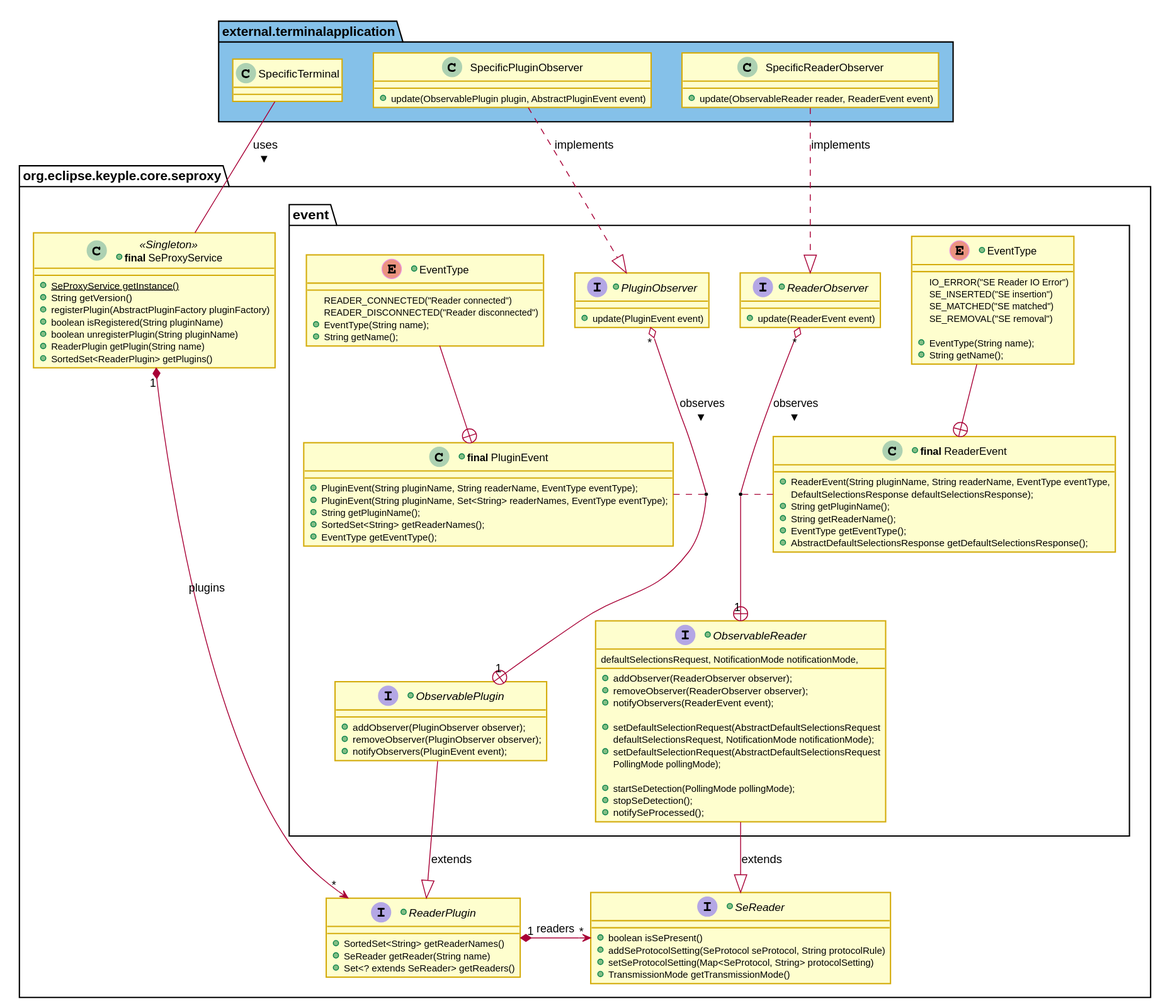
This is docs/KeypleCoreApi/ApplicationApi/img/KeypleCore_ApplicationApi_ClassDiag_SE_Proxy_ObservablePluginAndReaderEvents_0_8_0_p1.svg from calypsonet/keyple, a PlantUML export, as it was before one commit. The source it was exported from:
```plantuml
@startuml
skinparam ClassBorderColor #D4AC0D
skinparam stereotypeABorderColor #A9DCDF
skinparam stereotypeIBorderColor #B4A7E5
skinparam stereotypeCBorderColor #ADD1B2
skinparam stereotypeEBorderColor #EB93DF
skinparam shadowing false

skinparam ClassBackgroundColor<<red>> #FDEDEC
skinparam ClassBorderColor<<red>> #E74C3C
hide <<red>> stereotype
skinparam ClassBackgroundColor<<purple>> #F4ECF7
skinparam ClassBorderColor<<purple>> #8E44AD
hide <<purple>> stereotype
skinparam ClassBackgroundColor<<blue>> #EBF5FB
skinparam ClassBorderColor<<blue>> #3498DB
hide <<blue>> stereotype
skinparam ClassBackgroundColor<<green>> #EAFAF1
skinparam ClassBorderColor<<green>> #2ECC71
hide <<green>> stereotype
skinparam ClassBackgroundColor<<grey>> #EAECEE
skinparam ClassBorderColor<<grey>> #2C3E50
hide <<grey>> stereotype

package external.terminalapplication #85C1E9 {
  class SpecificTerminal

  class SpecificPluginObserver {
    +update(ObservablePlugin plugin, AbstractPluginEvent event)
  }
  class SpecificReaderObserver {
    +update(ObservableReader reader, ReaderEvent event)
  }

  SpecificTerminal -right[hidden]--> SpecificPluginObserver
  SpecificPluginObserver -right[hidden]--> SpecificReaderObserver
}

package org.eclipse.keyple.core.seproxy #FFFFFF {

+class "<b>final</b> SeProxyService" as SeProxyService << Singleton >> {
  +{static}SeProxyService getInstance()
  +String getVersion()
  +registerPlugin(AbstractPluginFactory pluginFactory)
  +boolean isRegistered(String pluginName)
  +boolean unregisterPlugin(String pluginName)
  +ReaderPlugin getPlugin(String name)
  +SortedSet<ReaderPlugin> getPlugins()
}

package event #FFFFFF {
+enum "EventType" as EventType_Plugin {
  READER_CONNECTED("Reader connected")
  READER_DISCONNECTED("Reader disconnected")
  +EventType(String name);
  +String getName();
}

+class "<b>final</b> PluginEvent" as PluginEvent {
  +PluginEvent(String pluginName, String readerName, EventType eventType);
  +PluginEvent(String pluginName, Set<String> readerNames, EventType eventType);
  +String getPluginName();
  +SortedSet<String> getReaderNames();
  +EventType getEventType();
}
  EventType_Plugin -up-+ PluginEvent

+interface PluginObserver {
  +update(PluginEvent event)
}
+interface ObservablePlugin {
  +addObserver(PluginObserver observer);
  +removeObserver(PluginObserver observer);
  +notifyObservers(PluginEvent event);
}


PluginObserver "1" +-down-o "*" ObservablePlugin : observes <
PluginEvent . (ObservablePlugin, PluginObserver)

+enum "EventType" as EventType_Reader {
  IO_ERROR("SE Reader IO Error")
  SE_INSERTED("SE insertion")
  SE_MATCHED("SE matched")
  SE_REMOVAL("SE removal")

  +EventType(String name);
  +String getName();
}

+class "<b>final</b> ReaderEvent" as ReaderEvent {
  +ReaderEvent(String pluginName, String readerName, EventType eventType,
    DefaultSelectionsResponse defaultSelectionsResponse);
  +String getPluginName();
  +String getReaderName();
  +EventType getEventType();
  +AbstractDefaultSelectionsResponse getDefaultSelectionsResponse();
}

EventType_Reader -up-+ ReaderEvent

+interface ReaderObserver {
  +update(ReaderEvent event)
}


+interface ObservableReader {
  +addObserver(ReaderObserver observer);
  +removeObserver(ReaderObserver observer);
  +notifyObservers(ReaderEvent event);

  +setDefaultSelectionRequest(AbstractDefaultSelectionsRequest
    defaultSelectionsRequest, NotificationMode notificationMode);
  +setDefaultSelectionRequest(AbstractDefaultSelectionsRequest
    defaultSelectionsRequest, NotificationMode notificationMode,
    PollingMode pollingMode);

  +startSeDetection(PollingMode pollingMode);
  +stopSeDetection();
  +notifySeProcessed();
}



ReaderObserver "1" +-down-o "*" ObservableReader : observes <
ReaderEvent . (ReaderObserver, ObservableReader)
}

+interface ReaderPlugin {
  +SortedSet<String> getReaderNames()
  +SeReader getReader(String name)
  +Set<? extends SeReader> getReaders()
}
+interface SeReader {
  +boolean isSePresent()
  +addSeProtocolSetting(SeProtocol seProtocol, String protocolRule)
  +setSeProtocolSetting(Map<SeProtocol, String> protocolSetting)
  +TransmissionMode getTransmissionMode()
}

SeProxyService "1" *--> "*" ReaderPlugin : plugins
ReaderPlugin "1" *-right-> "*" SeReader : readers

ObservablePlugin -down-|> ReaderPlugin : extends
ObservableReader --|> SeReader : extends
}

SpecificPluginObserver .down.|> PluginObserver : implements
SpecificReaderObserver .down.|> ReaderObserver : implements
SpecificTerminal -down- SeProxyService : uses >

SpecificTerminal -right[hidden]- SpecificPluginObserver

SeProxyService -right[hidden]--> EventType_Plugin
EventType_Plugin  -right[hidden]--> PluginObserver
PluginObserver -right[hidden]--> ReaderObserver
ReaderObserver  -right[hidden]--> EventType_Reader
@enduml
```
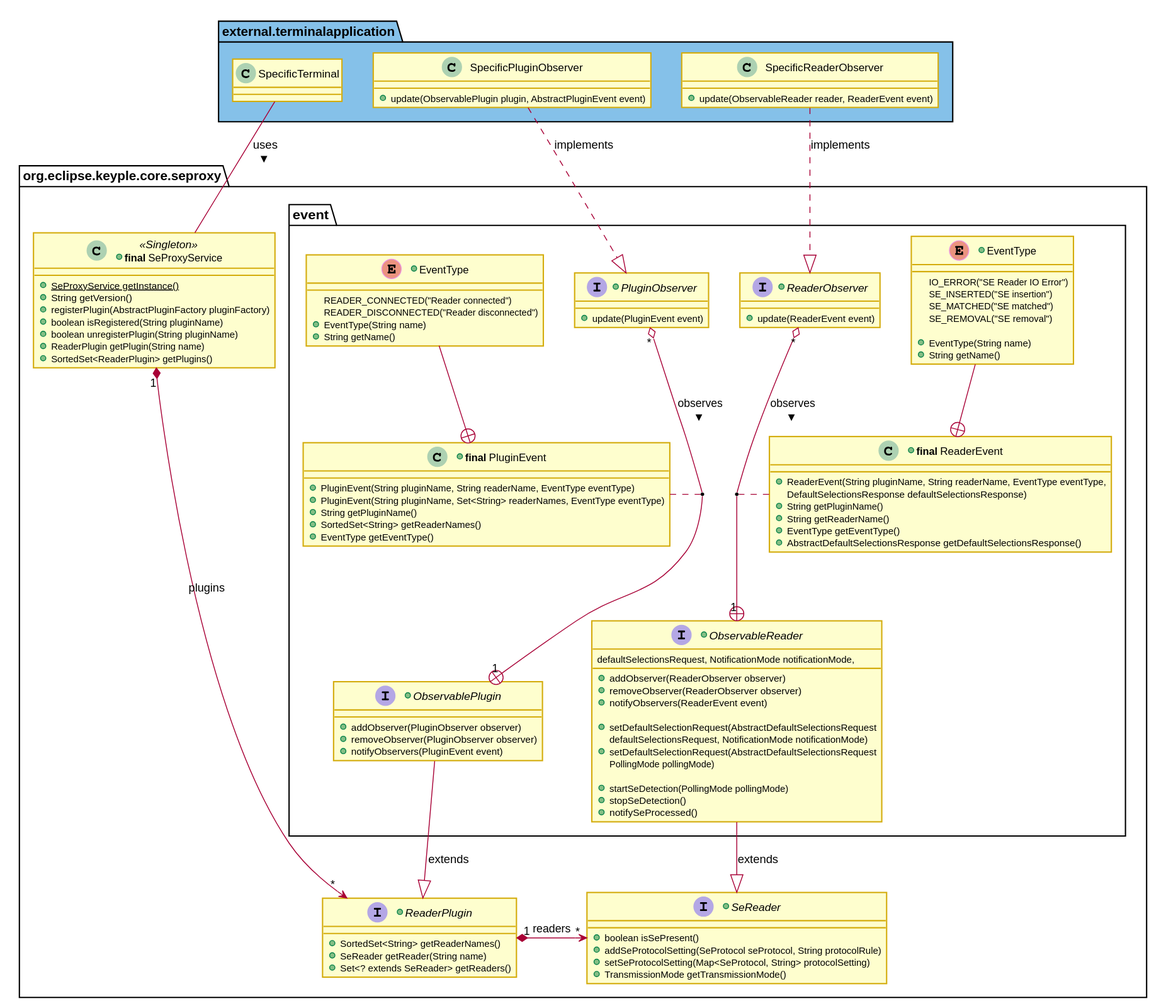
After the change.

What changed in the source:
```diff
@@ -52,16 +52,16 @@
 +enum "EventType" as EventType_Plugin {
   READER_CONNECTED("Reader connected")
   READER_DISCONNECTED("Reader disconnected")
-  +EventType(String name);
-  +String getName();
+  +EventType(String name)
+  +String getName()
 }
 
 +class "<b>final</b> PluginEvent" as PluginEvent {
-  +PluginEvent(String pluginName, String readerName, EventType eventType);
-  +PluginEvent(String pluginName, Set<String> readerNames, EventType eventType);
-  +String getPluginName();
-  +SortedSet<String> getReaderNames();
-  +EventType getEventType();
+  +PluginEvent(String pluginName, String readerName, EventType eventType)
+  +PluginEvent(String pluginName, Set<String> readerNames, EventType eventType)
+  +String getPluginName()
+  +SortedSet<String> getReaderNames()
+  +EventType getEventType()
 }
   EventType_Plugin -up-+ PluginEvent
 
@@ -69,9 +69,9 @@
   +update(PluginEvent event)
 }
 +interface ObservablePlugin {
-  +addObserver(PluginObserver observer);
-  +removeObserver(PluginObserver observer);
-  +notifyObservers(PluginEvent event);
+  +addObserver(PluginObserver observer)
+  +removeObserver(PluginObserver observer)
+  +notifyObservers(PluginEvent event)
 }
 
 
@@ -84,17 +84,17 @@
   SE_MATCHED("SE matched")
   SE_REMOVAL("SE removal")
 
-  +EventType(String name);
-  +String getName();
+  +EventType(String name)
+  +String getName()
 }
 
 +class "<b>final</b> ReaderEvent" as ReaderEvent {
   +ReaderEvent(String pluginName, String readerName, EventType eventType,
-    DefaultSelectionsResponse defaultSelectionsResponse);
-  +String getPluginName();
-  +String getReaderName();
-  +EventType getEventType();
-  +AbstractDefaultSelectionsResponse getDefaultSelectionsResponse();
+    DefaultSelectionsResponse defaultSelectionsResponse)
+  +String getPluginName()
+  +String getReaderName()
+  +EventType getEventType()
+  +AbstractDefaultSelectionsResponse getDefaultSelectionsResponse()
 }
 
 EventType_Reader -up-+ ReaderEvent
@@ -105,19 +105,19 @@
 
 
 +interface ObservableReader {
-  +addObserver(ReaderObserver observer);
-  +removeObserver(ReaderObserver observer);
-  +notifyObservers(ReaderEvent event);
+  +addObserver(ReaderObserver observer)
+  +removeObserver(ReaderObserver observer)
+  +notifyObservers(ReaderEvent event)
 
   +setDefaultSelectionRequest(AbstractDefaultSelectionsRequest
-    defaultSelectionsRequest, NotificationMode notificationMode);
+    defaultSelectionsRequest, NotificationMode notificationMode)
   +setDefaultSelectionRequest(AbstractDefaultSelectionsRequest
     defaultSelectionsRequest, NotificationMode notificationMode,
-    PollingMode pollingMode);
+    PollingMode pollingMode)
 
-  +startSeDetection(PollingMode pollingMode);
-  +stopSeDetection();
-  +notifySeProcessed();
+  +startSeDetection(PollingMode pollingMode)
+  +stopSeDetection()
+  +notifySeProcessed()
 }
 
 
```
